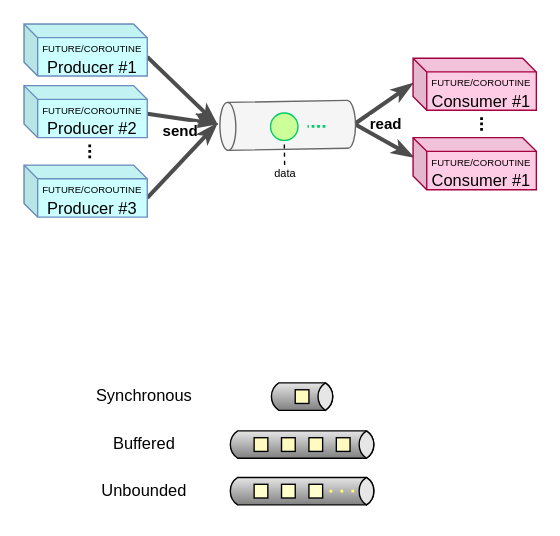
This is page "Page-1" (1 of 2) of docs/content/res/schemas/diagrams.drawio from tassiluca/direct-style-experiments, a draw.io file, before an edit. Source tidied: cells renumbered, new cells numbered last; positions are measured from the earlier drawing's top-left corner, leaving out a move shared by most shapes. Both pictures are drawn from the tidied source at 137%, with x=0, y=0 at pixel (23, 23).
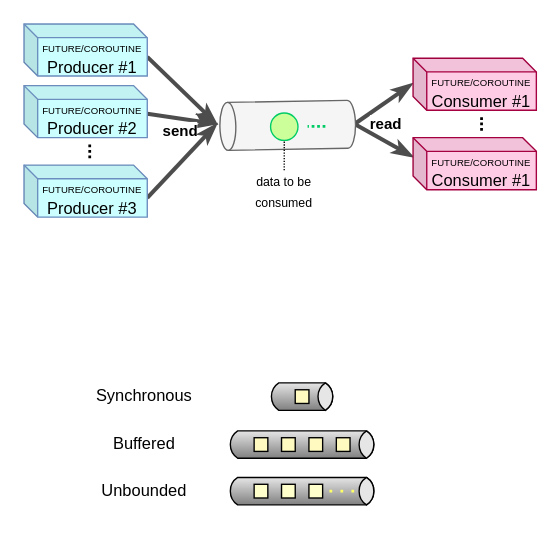
Above is the later version.

Unchanged cells that the change refers to:
```xml
<mxCell id="29" style="ellipse;whiteSpace=wrap;html=1;fillColor=#CCFF99;strokeColor=#00CC66;fontColor=#ffffff;" parent="1" vertex="1">
  <mxGeometry x="180" y="65" width="20" height="20" as="geometry" />
</mxCell>
```

Diff of the diagram source:
```diff
@@
-    <mxCell id="30" style="endArrow=none;html=1;rounded=0;entryX=0.5;entryY=1;entryDx=0;entryDy=0;dashed=1;endFill=0;exitX=0.5;exitY=0;exitDx=0;exitDy=0;" parent="1" edge="1" source="31" target="29">
+    <mxCell id="30" style="endArrow=none;html=1;rounded=0;entryX=0.5;entryY=1;entryDx=0;entryDy=0;dashed=1;endFill=0;exitX=0.5;exitY=0;exitDx=0;exitDy=0;dashPattern=1 1;" parent="1" edge="1" source="31" target="29">
       <mxGeometry relative="1" as="geometry" />
     </mxCell>
-    <mxCell id="31" value="&lt;font style=&quot;font-size: 8px;&quot;&gt;data&lt;/font&gt;" style="text;html=1;align=center;verticalAlign=middle;whiteSpace=wrap;rounded=0;" parent="1" vertex="1">
-      <mxGeometry x="172.5" y="102.9" width="35.5" height="10.1" as="geometry" />
+    <mxCell id="31" value="&lt;font face=&quot;Noteworthy&quot; style=&quot;font-size: 9px;&quot;&gt;data to be consumed&lt;/font&gt;" style="text;html=1;align=center;verticalAlign=middle;whiteSpace=wrap;rounded=0;" parent="1" vertex="1">
+      <mxGeometry x="167.2" y="106.8" width="45.5" height="30.5" as="geometry" />
     </mxCell>
```
